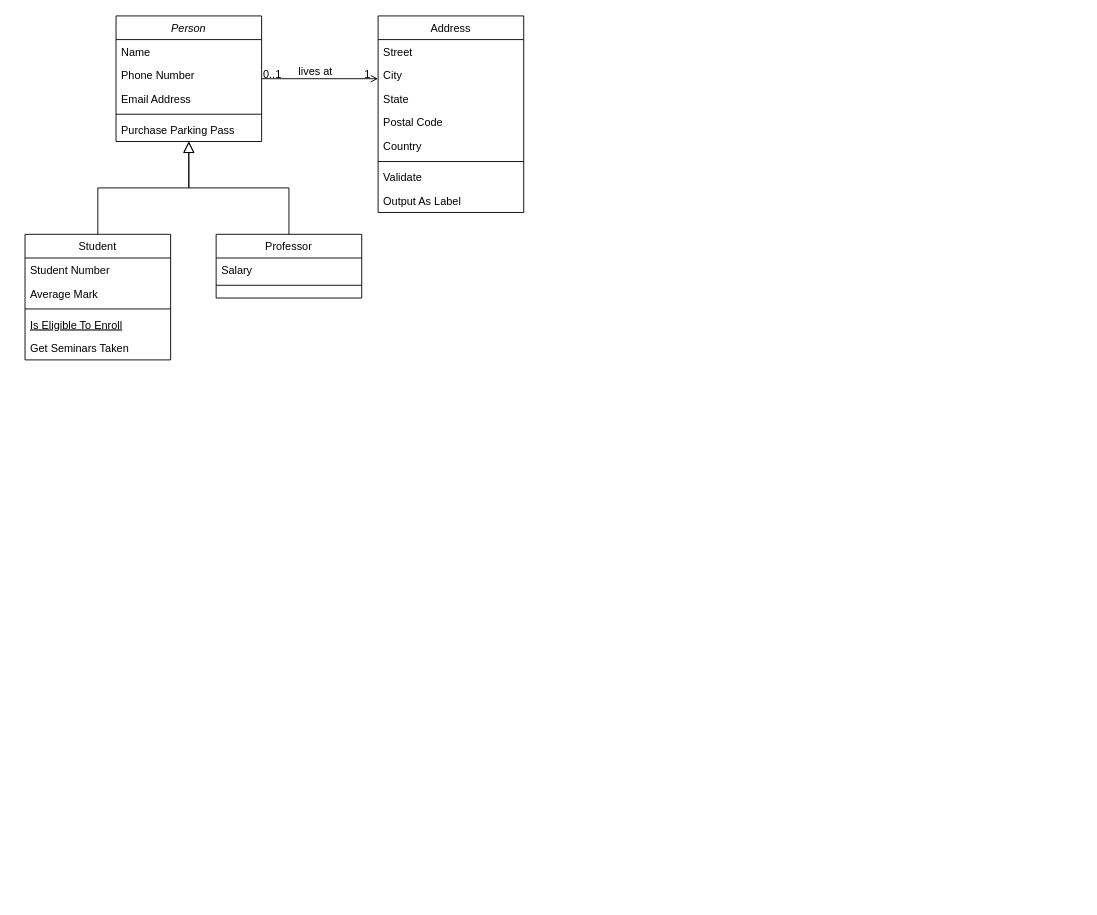
The draw.io diagram Untitled Diagram.drawio in liluximax/python, before the edit. Source tidied: cells renumbered, new cells numbered last; positions are measured from the earlier drawing's top-left corner, leaving out a move shared by most shapes. Both pictures are drawn from the tidied source at 91%, with x=0, y=0 at pixel (25, 15).
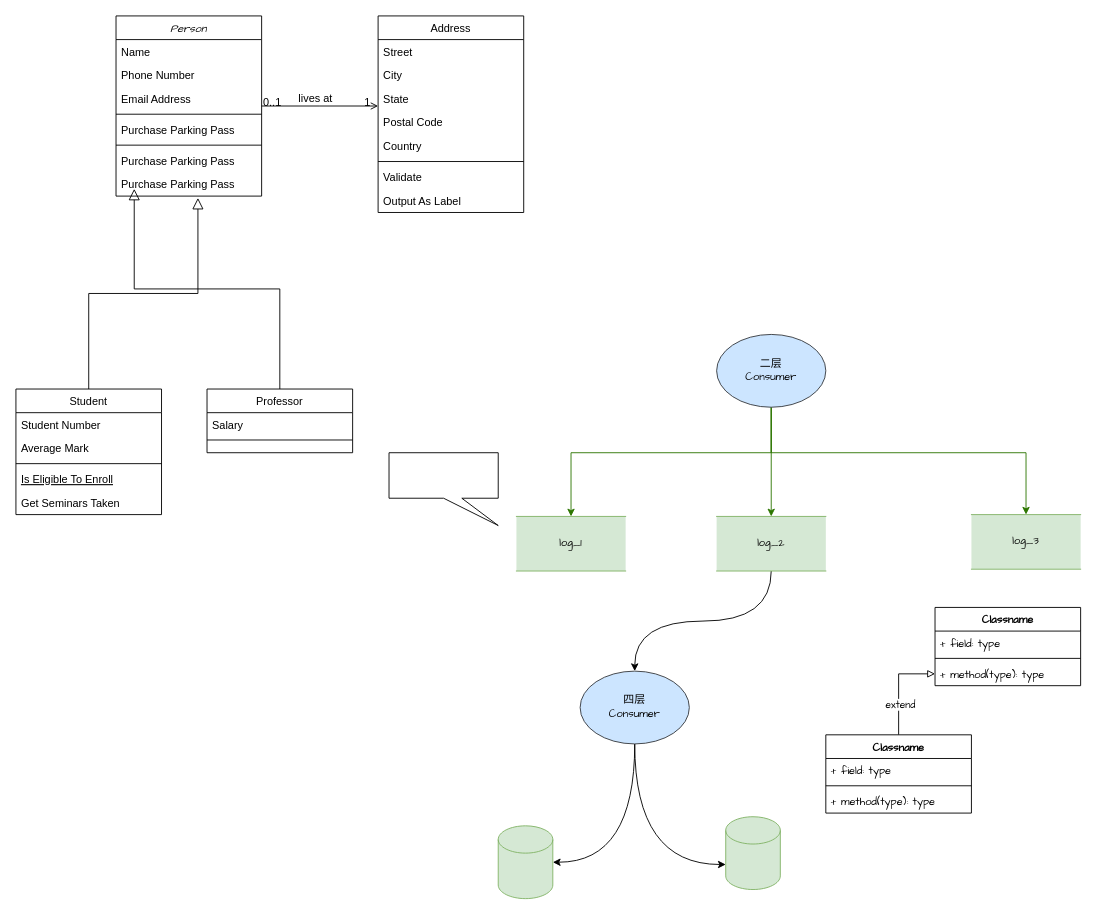
After the change.

The edit, as a diff of the source:
```diff
@@
-    <mxCell id="2" value="Person" style="swimlane;fontStyle=2;align=center;verticalAlign=top;horizontal=1;startSize=26;rounded=0;shadow=0;strokeWidth=1;" parent="1" vertex="1">
-      <mxGeometry x="100" width="160" height="138" as="geometry" />
+    <mxCell id="2" value="Person" style="swimlane;fontStyle=2;align=center;verticalAlign=top;horizontal=1;startSize=26;rounded=0;shadow=0;strokeWidth=1;fontFamily=Comic Sans MS;" parent="1" vertex="1">
+      <mxGeometry x="100" width="160" height="198" as="geometry" />
     </mxCell>
@@
+    <mxCell id="32" style="line;html=1;strokeWidth=1;align=left;verticalAlign=middle;spacingTop=-1;spacingLeft=3;spacingRight=3;labelPosition=right;" parent="2" vertex="1">
+      <mxGeometry y="138" width="160" height="8" as="geometry" />
+    </mxCell>
+    <mxCell id="33" value="Purchase Parking Pass" style="text;align=left;verticalAlign=top;spacingLeft=4;spacingRight=4;overflow=hidden;" parent="2" vertex="1">
+      <mxGeometry y="146" width="160" height="26" as="geometry" />
+    </mxCell>
+    <mxCell id="34" value="Purchase Parking Pass" style="text;align=left;verticalAlign=top;spacingLeft=4;spacingRight=4;overflow=hidden;" parent="2" vertex="1">
+      <mxGeometry y="172" width="160" height="26" as="geometry" />
+    </mxCell>
     <mxCell id="8" value="Student" style="swimlane;fontStyle=0;align=center;verticalAlign=top;horizontal=1;startSize=26;rounded=0;shadow=0;strokeWidth=1;" parent="1" vertex="1">
-      <mxGeometry y="240" width="160" height="138" as="geometry" />
+      <mxGeometry x="-10" y="410" width="160" height="138" as="geometry" />
     </mxCell>
@@
-    <mxCell id="14" style="endArrow=block;endSize=10;endFill=0;shadow=0;strokeWidth=1;rounded=0;edgeStyle=elbowEdgeStyle;elbow=vertical;" parent="1" edge="1" source="8" target="2">
-      <mxGeometry relative="1" as="geometry" />
+    <mxCell id="14" style="endArrow=block;endSize=10;endFill=0;shadow=0;strokeWidth=1;rounded=0;edgeStyle=elbowEdgeStyle;elbow=vertical;" parent="1" edge="1" source="8">
+      <mxGeometry relative="1" as="geometry">
+        <mxPoint x="190" y="200" as="targetPoint" />
+      </mxGeometry>
     </mxCell>
     <mxCell id="15" value="Professor" style="swimlane;fontStyle=0;align=center;verticalAlign=top;horizontal=1;startSize=26;rounded=0;shadow=0;strokeWidth=1;" parent="1" vertex="1">
-      <mxGeometry x="210" y="240" width="160" height="70" as="geometry" />
+      <mxGeometry x="200" y="410" width="160" height="70" as="geometry" />
     </mxCell>
@@
-    <mxCell id="18" style="endArrow=block;endSize=10;endFill=0;shadow=0;strokeWidth=1;rounded=0;edgeStyle=elbowEdgeStyle;elbow=vertical;" parent="1" edge="1" source="15" target="2">
-      <mxGeometry relative="1" as="geometry" />
+    <mxCell id="18" style="endArrow=block;endSize=10;endFill=0;shadow=0;strokeWidth=1;rounded=0;edgeStyle=elbowEdgeStyle;elbow=vertical;" parent="1" edge="1" source="15">
+      <mxGeometry relative="1" as="geometry">
+        <mxPoint x="120" y="190" as="targetPoint" />
+      </mxGeometry>
     </mxCell>
@@
+    <mxCell id="35" style="edgeStyle=orthogonalEdgeStyle;rounded=0;jettySize=auto;html=1;fontFamily=Comic Sans MS;fillColor=#60a917;strokeColor=#2D7600;" parent="1" edge="1" source="38" target="41">
+      <mxGeometry relative="1" as="geometry" />
+    </mxCell>
+    <mxCell id="36" style="edgeStyle=orthogonalEdgeStyle;rounded=0;jettySize=auto;html=1;fontFamily=Comic Sans MS;fillColor=#60a917;strokeColor=#2D7600;" parent="1" edge="1" source="38" target="39">
+      <mxGeometry relative="1" as="geometry">
+        <Array as="points">
+          <mxPoint x="820" y="480" />
+          <mxPoint x="600" y="480" />
+        </Array>
+      </mxGeometry>
+    </mxCell>
+    <mxCell id="37" style="edgeStyle=orthogonalEdgeStyle;rounded=0;jettySize=auto;html=1;fontFamily=Comic Sans MS;fillColor=#60a917;strokeColor=#2D7600;" parent="1" edge="1" source="38" target="42">
+      <mxGeometry relative="1" as="geometry">
+        <Array as="points">
+          <mxPoint x="820" y="480" />
+          <mxPoint x="1100" y="480" />
+        </Array>
+      </mxGeometry>
+    </mxCell>
+    <mxCell id="38" value="二层&lt;br&gt;Consumer" style="ellipse;whiteSpace=wrap;html=1;fontFamily=Comic Sans MS;fillColor=#cce5ff;strokeColor=#36393d;" parent="1" vertex="1">
+      <mxGeometry x="760" y="350" width="120" height="80" as="geometry" />
+    </mxCell>
+    <mxCell id="39" value="log_1" style="shape=partialRectangle;whiteSpace=wrap;html=1;left=0;right=0;fontFamily=Comic Sans MS;fillColor=#d5e8d4;strokeColor=#82b366;" parent="1" vertex="1">
+      <mxGeometry x="540" y="550" width="120" height="60" as="geometry" />
+    </mxCell>
+    <mxCell id="40" style="edgeStyle=orthogonalEdgeStyle;rounded=0;jettySize=auto;html=1;fontFamily=Comic Sans MS;exitX=0.5;exitY=1;exitDx=0;exitDy=0;curved=1;" parent="1" edge="1" source="41" target="45">
+      <mxGeometry relative="1" as="geometry" />
+    </mxCell>
+    <mxCell id="41" value="log_2" style="shape=partialRectangle;whiteSpace=wrap;html=1;left=0;right=0;fontFamily=Comic Sans MS;fillColor=#d5e8d4;strokeColor=#82b366;" parent="1" vertex="1">
+      <mxGeometry x="760" y="550" width="120" height="60" as="geometry" />
+    </mxCell>
+    <mxCell id="42" value="log_3" style="shape=partialRectangle;whiteSpace=wrap;html=1;left=0;right=0;fillColor=#d5e8d4;fontFamily=Comic Sans MS;strokeColor=#82b366;" parent="1" vertex="1">
+      <mxGeometry x="1040" y="548" width="120" height="60" as="geometry" />
+    </mxCell>
+    <mxCell id="43" style="edgeStyle=orthogonalEdgeStyle;curved=1;rounded=0;jettySize=auto;html=1;exitX=0.5;exitY=1;exitDx=0;exitDy=0;entryX=1;entryY=0.5;entryDx=0;entryDy=0;entryPerimeter=0;fontFamily=Comic Sans MS;" parent="1" edge="1" source="45" target="46">
+      <mxGeometry relative="1" as="geometry" />
+    </mxCell>
+    <mxCell id="44" style="edgeStyle=orthogonalEdgeStyle;rounded=0;jettySize=auto;html=1;fontFamily=Comic Sans MS;exitX=0.5;exitY=1;exitDx=0;exitDy=0;curved=1;entryX=0;entryY=0;entryDx=0;entryDy=52.5;entryPerimeter=0;" parent="1" edge="1" source="45" target="47">
+      <mxGeometry relative="1" as="geometry" />
+    </mxCell>
+    <mxCell id="45" value="四层&lt;br&gt;Consumer" style="ellipse;whiteSpace=wrap;html=1;fontFamily=Comic Sans MS;fillColor=#cce5ff;strokeColor=#36393d;" parent="1" vertex="1">
+      <mxGeometry x="610" y="720" width="120" height="80" as="geometry" />
+    </mxCell>
+    <mxCell id="46" style="shape=cylinder3;whiteSpace=wrap;html=1;boundedLbl=1;backgroundOutline=1;size=15;fontFamily=Comic Sans MS;fillColor=#d5e8d4;strokeColor=#82b366;" parent="1" vertex="1">
+      <mxGeometry x="520" y="890" width="60" height="80" as="geometry" />
+    </mxCell>
+    <mxCell id="47" style="shape=cylinder3;whiteSpace=wrap;html=1;boundedLbl=1;backgroundOutline=1;size=15;fontFamily=Comic Sans MS;fillColor=#d5e8d4;strokeColor=#82b366;" parent="1" vertex="1">
+      <mxGeometry x="770" y="880" width="60" height="80" as="geometry" />
+    </mxCell>
+    <mxCell id="48" style="shape=callout;whiteSpace=wrap;html=1;perimeter=calloutPerimeter;fontFamily=Comic Sans MS;position2=1;" parent="1" vertex="1">
+      <mxGeometry x="400" y="480" width="120" height="80" as="geometry" />
+    </mxCell>
+    <mxCell id="49" style="edgeStyle=orthogonalEdgeStyle;rounded=0;jettySize=auto;html=1;fontFamily=Comic Sans MS;endArrow=block;endFill=0;" parent="1" edge="1" source="51" target="58">
+      <mxGeometry relative="1" as="geometry" />
+    </mxCell>
+    <mxCell id="50" value="extend" style="edgeLabel;html=1;align=center;verticalAlign=middle;fontFamily=Comic Sans MS;" parent="49" vertex="1">
+      <mxGeometry x="-0.36" y="-1" relative="1" as="geometry" />
+    </mxCell>
+    <mxCell id="51" value="Classname" style="swimlane;fontStyle=1;align=center;verticalAlign=top;horizontal=1;startSize=26;fontFamily=Comic Sans MS;" parent="1" vertex="1">
+      <mxGeometry x="880" y="790" width="160" height="86" as="geometry" />
+    </mxCell>
+    <mxCell id="52" value="+ field: type" style="text;strokeColor=none;fillColor=none;align=left;verticalAlign=top;spacingLeft=4;spacingRight=4;overflow=hidden;fontFamily=Comic Sans MS;" parent="51" vertex="1">
+      <mxGeometry y="26" width="160" height="26" as="geometry" />
+    </mxCell>
+    <mxCell id="53" style="line;strokeWidth=1;fillColor=none;align=left;verticalAlign=middle;spacingTop=-1;spacingLeft=3;spacingRight=3;labelPosition=right;fontFamily=Comic Sans MS;" parent="51" vertex="1">
+      <mxGeometry y="52" width="160" height="8" as="geometry" />
+    </mxCell>
+    <mxCell id="54" value="+ method(type): type" style="text;strokeColor=none;fillColor=none;align=left;verticalAlign=top;spacingLeft=4;spacingRight=4;overflow=hidden;fontFamily=Comic Sans MS;" parent="51" vertex="1">
+      <mxGeometry y="60" width="160" height="26" as="geometry" />
+    </mxCell>
+    <mxCell id="55" value="Classname" style="swimlane;fontStyle=1;align=center;verticalAlign=top;horizontal=1;startSize=26;fontFamily=Comic Sans MS;" parent="1" vertex="1">
+      <mxGeometry x="1000" y="650" width="160" height="86" as="geometry" />
+    </mxCell>
+    <mxCell id="56" value="+ field: type" style="text;strokeColor=none;fillColor=none;align=left;verticalAlign=top;spacingLeft=4;spacingRight=4;overflow=hidden;fontFamily=Comic Sans MS;" parent="55" vertex="1">
+      <mxGeometry y="26" width="160" height="26" as="geometry" />
+    </mxCell>
+    <mxCell id="57" style="line;strokeWidth=1;fillColor=none;align=left;verticalAlign=middle;spacingTop=-1;spacingLeft=3;spacingRight=3;labelPosition=right;fontFamily=Comic Sans MS;" parent="55" vertex="1">
+      <mxGeometry y="52" width="160" height="8" as="geometry" />
+    </mxCell>
+    <mxCell id="58" value="+ method(type): type" style="text;strokeColor=none;fillColor=none;align=left;verticalAlign=top;spacingLeft=4;spacingRight=4;overflow=hidden;points=[[0,0.5],[1,0.5]];portConstraint=eastwest;fontFamily=Comic Sans MS;" parent="55" vertex="1">
+      <mxGeometry y="60" width="160" height="26" as="geometry" />
+    </mxCell>
```
